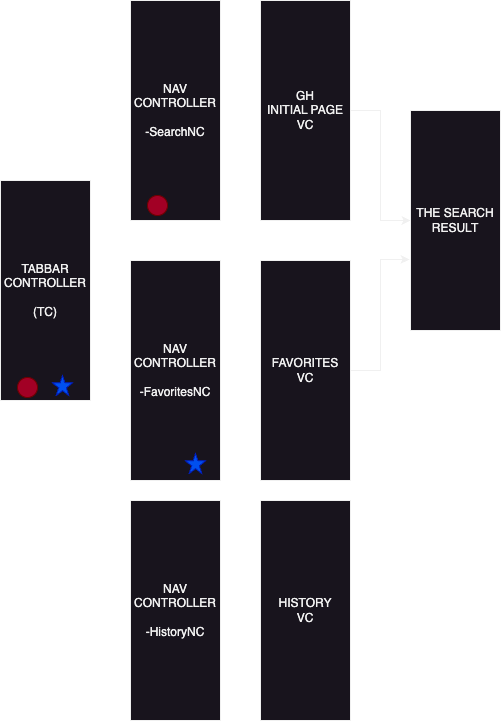
Earlier version of the draw.io export GHFollersDraft.png (Jannnn444/MyGitHubFollowersApp). Source tidied: cells renumbered, new cells last; positions are measured from the earlier drawing's top-left corner, leaving out a move shared by most shapes. The source it was exported from:
```xml
<mxGraphModel>
  <root>
    <mxCell id="0" />
    <mxCell id="1" parent="0" />
    <mxCell id="2" value="TABBAR CONTROLLER&lt;br&gt;&lt;br&gt;(TC)" style="whiteSpace=wrap;html=1;" parent="1" vertex="1">
      <mxGeometry y="180" width="90" height="220" as="geometry" />
    </mxCell>
    <mxCell id="3" value="NAV&lt;br&gt;CONTROLLER&lt;br&gt;&lt;br&gt;-SearchNC" style="whiteSpace=wrap;html=1;" parent="1" vertex="1">
      <mxGeometry x="130" width="90" height="220" as="geometry" />
    </mxCell>
    <mxCell id="4" value="NAV&lt;br&gt;CONTROLLER&lt;br&gt;&lt;br&gt;-FavoritesNC" style="whiteSpace=wrap;html=1;" parent="1" vertex="1">
      <mxGeometry x="130" y="260" width="90" height="220" as="geometry" />
    </mxCell>
    <mxCell id="5" style="ellipse;whiteSpace=wrap;html=1;fillColor=#a20025;fontColor=#ffffff;strokeColor=#6F0000;" parent="1" vertex="1">
      <mxGeometry x="17" y="377" width="20" height="20" as="geometry" />
    </mxCell>
    <mxCell id="6" style="verticalLabelPosition=bottom;verticalAlign=top;html=1;shape=mxgraph.basic.star;fillColor=#0050ef;fontColor=#ffffff;strokeColor=#001DBC;" parent="1" vertex="1">
      <mxGeometry x="52" y="375" width="20" height="20" as="geometry" />
    </mxCell>
    <mxCell id="7" style="ellipse;whiteSpace=wrap;html=1;fillColor=#a20025;fontColor=#ffffff;strokeColor=#6F0000;" parent="1" vertex="1">
      <mxGeometry x="147" y="195" width="20" height="20" as="geometry" />
    </mxCell>
    <mxCell id="8" style="verticalLabelPosition=bottom;verticalAlign=top;html=1;shape=mxgraph.basic.star;fillColor=#0050ef;fontColor=#ffffff;strokeColor=#001DBC;" parent="1" vertex="1">
      <mxGeometry x="185" y="453" width="20" height="20" as="geometry" />
    </mxCell>
    <mxCell id="9" style="edgeStyle=orthogonalEdgeStyle;rounded=0;jettySize=auto;html=1;" parent="1" edge="1" source="10" target="11">
      <mxGeometry relative="1" as="geometry" />
    </mxCell>
    <mxCell id="10" value="GH&lt;br&gt;INITIAL PAGE VC" style="whiteSpace=wrap;html=1;" parent="1" vertex="1">
      <mxGeometry x="260" width="90" height="220" as="geometry" />
    </mxCell>
    <mxCell id="11" value="THE SEARCH&lt;br&gt;RESULT" style="whiteSpace=wrap;html=1;" parent="1" vertex="1">
      <mxGeometry x="410" y="110" width="90" height="220" as="geometry" />
    </mxCell>
    <mxCell id="12" value="FAVORITES&lt;br&gt;VC" style="whiteSpace=wrap;html=1;" parent="1" vertex="1">
      <mxGeometry x="260" y="260" width="90" height="220" as="geometry" />
    </mxCell>
    <mxCell id="13" style="edgeStyle=orthogonalEdgeStyle;rounded=0;jettySize=auto;html=1;entryX=-0.011;entryY=0.677;entryDx=0;entryDy=0;entryPerimeter=0;" parent="1" edge="1" source="12" target="11">
      <mxGeometry relative="1" as="geometry" />
    </mxCell>
    <mxCell id="14" value="NAV&lt;br&gt;CONTROLLER&lt;br&gt;&lt;br&gt;-HistoryNC" style="whiteSpace=wrap;html=1;" parent="1" vertex="1">
      <mxGeometry x="130" y="500" width="90" height="220" as="geometry" />
    </mxCell>
    <mxCell id="15" value="HISTORY&lt;br&gt;VC" style="whiteSpace=wrap;html=1;" parent="1" vertex="1">
      <mxGeometry x="260" y="500" width="90" height="220" as="geometry" />
    </mxCell>
  </root>
</mxGraphModel>
```
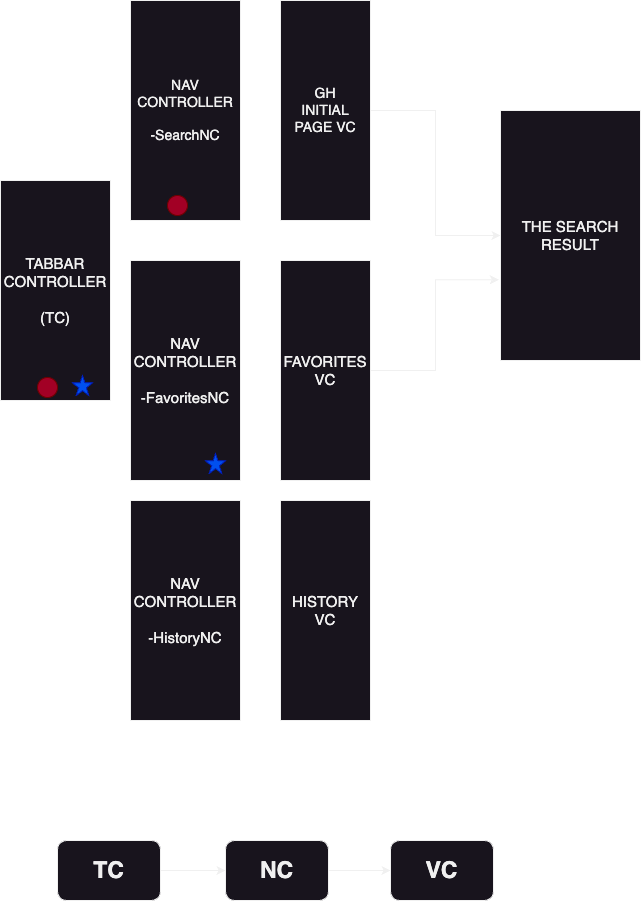
Above is the later version.

What changed in the source:
```diff
@@ -2,47 +2,62 @@
   <root>
     <mxCell id="0" />
     <mxCell id="1" parent="0" />
-    <mxCell id="2" value="TABBAR CONTROLLER&lt;br&gt;&lt;br&gt;(TC)" style="whiteSpace=wrap;html=1;" parent="1" vertex="1">
-      <mxGeometry y="180" width="90" height="220" as="geometry" />
+    <mxCell id="2" value="TABBAR CONTROLLER&lt;br style=&quot;font-size: 15px;&quot;&gt;&lt;br style=&quot;font-size: 15px;&quot;&gt;(TC)" style="whiteSpace=wrap;html=1;fontSize=15;" parent="1" vertex="1">
+      <mxGeometry x="-20" y="180" width="110" height="220" as="geometry" />
     </mxCell>
-    <mxCell id="3" value="NAV&lt;br&gt;CONTROLLER&lt;br&gt;&lt;br&gt;-SearchNC" style="whiteSpace=wrap;html=1;" parent="1" vertex="1">
-      <mxGeometry x="130" width="90" height="220" as="geometry" />
+    <mxCell id="3" value="NAV&lt;br style=&quot;font-size: 14px;&quot;&gt;CONTROLLER&lt;br style=&quot;font-size: 14px;&quot;&gt;&lt;br style=&quot;font-size: 14px;&quot;&gt;-SearchNC" style="whiteSpace=wrap;html=1;fontSize=14;" parent="1" vertex="1">
+      <mxGeometry x="110" width="110" height="220" as="geometry" />
     </mxCell>
-    <mxCell id="4" value="NAV&lt;br&gt;CONTROLLER&lt;br&gt;&lt;br&gt;-FavoritesNC" style="whiteSpace=wrap;html=1;" parent="1" vertex="1">
-      <mxGeometry x="130" y="260" width="90" height="220" as="geometry" />
+    <mxCell id="4" value="NAV&lt;br style=&quot;font-size: 15px;&quot;&gt;CONTROLLER&lt;br style=&quot;font-size: 15px;&quot;&gt;&lt;br style=&quot;font-size: 15px;&quot;&gt;-FavoritesNC" style="whiteSpace=wrap;html=1;fontSize=15;" parent="1" vertex="1">
+      <mxGeometry x="110" y="260" width="110" height="220" as="geometry" />
     </mxCell>
-    <mxCell id="5" style="ellipse;whiteSpace=wrap;html=1;fillColor=#a20025;fontColor=#ffffff;strokeColor=#6F0000;" parent="1" vertex="1">
+    <mxCell id="5" style="ellipse;whiteSpace=wrap;html=1;fillColor=#a20025;fontColor=#ffffff;strokeColor=#6F0000;fontSize=15;" parent="1" vertex="1">
       <mxGeometry x="17" y="377" width="20" height="20" as="geometry" />
     </mxCell>
-    <mxCell id="6" style="verticalLabelPosition=bottom;verticalAlign=top;html=1;shape=mxgraph.basic.star;fillColor=#0050ef;fontColor=#ffffff;strokeColor=#001DBC;" parent="1" vertex="1">
+    <mxCell id="6" style="verticalLabelPosition=bottom;verticalAlign=top;html=1;shape=mxgraph.basic.star;fillColor=#0050ef;fontColor=#ffffff;strokeColor=#001DBC;fontSize=15;" parent="1" vertex="1">
       <mxGeometry x="52" y="375" width="20" height="20" as="geometry" />
     </mxCell>
-    <mxCell id="7" style="ellipse;whiteSpace=wrap;html=1;fillColor=#a20025;fontColor=#ffffff;strokeColor=#6F0000;" parent="1" vertex="1">
+    <mxCell id="7" style="ellipse;whiteSpace=wrap;html=1;fillColor=#a20025;fontColor=#ffffff;strokeColor=#6F0000;fontSize=15;" parent="1" vertex="1">
       <mxGeometry x="147" y="195" width="20" height="20" as="geometry" />
     </mxCell>
-    <mxCell id="8" style="verticalLabelPosition=bottom;verticalAlign=top;html=1;shape=mxgraph.basic.star;fillColor=#0050ef;fontColor=#ffffff;strokeColor=#001DBC;" parent="1" vertex="1">
+    <mxCell id="8" style="verticalLabelPosition=bottom;verticalAlign=top;html=1;shape=mxgraph.basic.star;fillColor=#0050ef;fontColor=#ffffff;strokeColor=#001DBC;fontSize=15;" parent="1" vertex="1">
       <mxGeometry x="185" y="453" width="20" height="20" as="geometry" />
     </mxCell>
-    <mxCell id="9" style="edgeStyle=orthogonalEdgeStyle;rounded=0;jettySize=auto;html=1;" parent="1" edge="1" source="10" target="11">
+    <mxCell id="9" style="edgeStyle=orthogonalEdgeStyle;rounded=0;jettySize=auto;html=1;fontSize=15;" parent="1" edge="1" source="10" target="11">
       <mxGeometry relative="1" as="geometry" />
     </mxCell>
-    <mxCell id="10" value="GH&lt;br&gt;INITIAL PAGE VC" style="whiteSpace=wrap;html=1;" parent="1" vertex="1">
+    <mxCell id="10" value="GH&lt;br style=&quot;font-size: 14px;&quot;&gt;INITIAL PAGE VC" style="whiteSpace=wrap;html=1;fontSize=14;" parent="1" vertex="1">
       <mxGeometry x="260" width="90" height="220" as="geometry" />
     </mxCell>
-    <mxCell id="11" value="THE SEARCH&lt;br&gt;RESULT" style="whiteSpace=wrap;html=1;" parent="1" vertex="1">
-      <mxGeometry x="410" y="110" width="90" height="220" as="geometry" />
+    <mxCell id="11" value="THE SEARCH&lt;br style=&quot;font-size: 15px;&quot;&gt;RESULT" style="whiteSpace=wrap;html=1;fontSize=15;" parent="1" vertex="1">
+      <mxGeometry x="480" y="110" width="140" height="250" as="geometry" />
     </mxCell>
-    <mxCell id="12" value="FAVORITES&lt;br&gt;VC" style="whiteSpace=wrap;html=1;" parent="1" vertex="1">
+    <mxCell id="12" value="FAVORITES&lt;br style=&quot;font-size: 15px;&quot;&gt;VC" style="whiteSpace=wrap;html=1;fontSize=15;" parent="1" vertex="1">
       <mxGeometry x="260" y="260" width="90" height="220" as="geometry" />
     </mxCell>
-    <mxCell id="13" style="edgeStyle=orthogonalEdgeStyle;rounded=0;jettySize=auto;html=1;entryX=-0.011;entryY=0.677;entryDx=0;entryDy=0;entryPerimeter=0;" parent="1" edge="1" source="12" target="11">
+    <mxCell id="13" style="edgeStyle=orthogonalEdgeStyle;rounded=0;jettySize=auto;html=1;entryX=-0.011;entryY=0.677;entryDx=0;entryDy=0;entryPerimeter=0;fontSize=15;" parent="1" edge="1" source="12" target="11">
       <mxGeometry relative="1" as="geometry" />
     </mxCell>
-    <mxCell id="14" value="NAV&lt;br&gt;CONTROLLER&lt;br&gt;&lt;br&gt;-HistoryNC" style="whiteSpace=wrap;html=1;" parent="1" vertex="1">
-      <mxGeometry x="130" y="500" width="90" height="220" as="geometry" />
+    <mxCell id="14" value="NAV&lt;br style=&quot;font-size: 15px;&quot;&gt;CONTROLLER&lt;br style=&quot;font-size: 15px;&quot;&gt;&lt;br style=&quot;font-size: 15px;&quot;&gt;-HistoryNC" style="whiteSpace=wrap;html=1;fontSize=15;" parent="1" vertex="1">
+      <mxGeometry x="110" y="500" width="110" height="220" as="geometry" />
     </mxCell>
-    <mxCell id="15" value="HISTORY&lt;br&gt;VC" style="whiteSpace=wrap;html=1;" parent="1" vertex="1">
+    <mxCell id="15" value="HISTORY&lt;br style=&quot;font-size: 15px;&quot;&gt;VC" style="whiteSpace=wrap;html=1;fontSize=15;" parent="1" vertex="1">
       <mxGeometry x="260" y="500" width="90" height="220" as="geometry" />
     </mxCell>
+    <mxCell id="16" style="edgeStyle=orthogonalEdgeStyle;rounded=0;jettySize=auto;html=1;entryX=0;entryY=0.5;entryDx=0;entryDy=0;" parent="1" edge="1" source="17" target="19">
+      <mxGeometry relative="1" as="geometry" />
+    </mxCell>
+    <mxCell id="17" value="TC" style="rounded=1;whiteSpace=wrap;html=1;fontSize=23;fontStyle=1;" parent="1" vertex="1">
+      <mxGeometry x="37" y="840" width="103" height="60" as="geometry" />
+    </mxCell>
+    <mxCell id="18" style="edgeStyle=orthogonalEdgeStyle;rounded=0;jettySize=auto;html=1;" parent="1" edge="1" source="19" target="20">
+      <mxGeometry relative="1" as="geometry" />
+    </mxCell>
+    <mxCell id="19" value="NC" style="rounded=1;whiteSpace=wrap;html=1;fontSize=23;fontStyle=1;" parent="1" vertex="1">
+      <mxGeometry x="205" y="840" width="103" height="60" as="geometry" />
+    </mxCell>
+    <mxCell id="20" value="VC" style="rounded=1;whiteSpace=wrap;html=1;fontSize=23;fontStyle=1;" parent="1" vertex="1">
+      <mxGeometry x="370" y="840" width="103" height="60" as="geometry" />
+    </mxCell>
   </root>
 </mxGraphModel>
```
